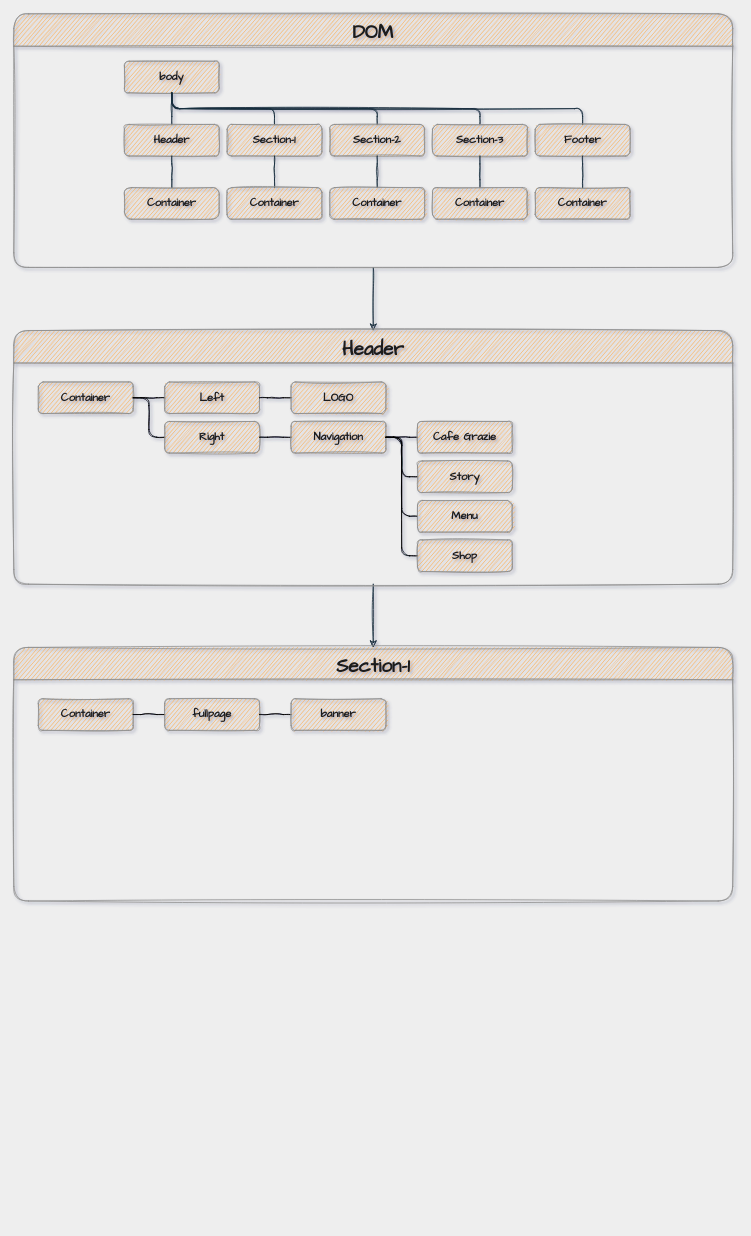
The draw.io diagram page "Index.html" (1 of 2) of drawio/dom.drawio in HyoJuns/Teamproject-academy-Grazie, before the edit. Source tidied: cells renumbered, new cells numbered last; positions are measured from the earlier drawing's top-left corner, leaving out a move shared by most shapes. Both pictures are drawn from the tidied source at 79%, with x=0, y=0 at pixel (13, 13).
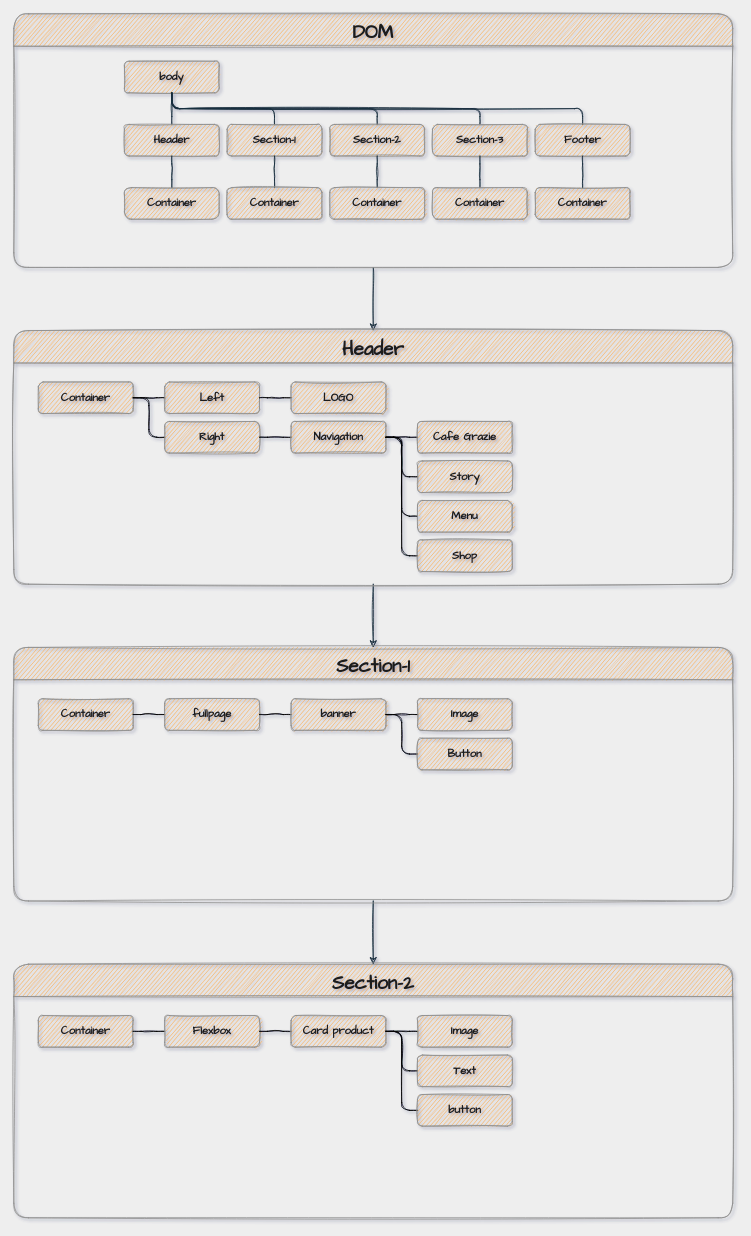
After the change.

Unchanged cells that the change refers to:
```xml
<mxCell id="44" value="Section-1" style="swimlane;startSize=41;horizontal=1;containerType=tree;rounded=1;sketch=1;fillColor=#F5AB50;strokeColor=#909090;fontColor=#1A1A1A;fontFamily=Comic Sans MS;fontSize=24;spacing=0;" parent="1" vertex="1">
  <mxGeometry y="802" width="910" height="321" as="geometry" />
</mxCell>
<mxCell id="49" value="banner" style="whiteSpace=wrap;html=1;newEdgeStyle={&quot;edgeStyle&quot;:&quot;elbowEdgeStyle&quot;,&quot;startArrow&quot;:&quot;none&quot;,&quot;endArrow&quot;:&quot;none&quot;};rounded=1;sketch=1;fillColor=#F5AB50;strokeColor=#909090;fontColor=#1A1A1A;fontFamily=Comic Sans MS;fontSize=14;fontStyle=1;" parent="44" vertex="1">
  <mxGeometry x="351" y="65" width="120" height="40" as="geometry" />
</mxCell>
```

Change to the diagram source:
```diff
@@
+    <mxCell id="50" style="edgeStyle=orthogonalEdgeStyle;curved=0;rounded=1;sketch=1;jettySize=auto;html=1;fontFamily=Comic Sans MS;fontSize=14;fontColor=#1A1A1A;strokeColor=#182E3E;" parent="1" edge="1" source="44" target="55">
+      <mxGeometry relative="1" as="geometry" />
+    </mxCell>
@@
+    <mxCell id="51" style="edgeStyle=elbowEdgeStyle;curved=0;rounded=1;sketch=1;jettySize=auto;html=1;elbow=horizontal;startArrow=none;endArrow=none;" parent="44" edge="1" source="49" target="52">
+      <mxGeometry relative="1" as="geometry" />
+    </mxCell>
+    <mxCell id="52" value="Image" style="whiteSpace=wrap;html=1;newEdgeStyle={&quot;edgeStyle&quot;:&quot;elbowEdgeStyle&quot;,&quot;startArrow&quot;:&quot;none&quot;,&quot;endArrow&quot;:&quot;none&quot;};rounded=1;sketch=1;fillColor=#F5AB50;strokeColor=#909090;fontColor=#1A1A1A;fontFamily=Comic Sans MS;fontSize=14;fontStyle=1;" parent="44" vertex="1">
+      <mxGeometry x="511" y="65" width="120" height="40" as="geometry" />
+    </mxCell>
+    <mxCell id="53" style="edgeStyle=elbowEdgeStyle;curved=0;rounded=1;sketch=1;jettySize=auto;html=1;elbow=horizontal;startArrow=none;endArrow=none;" parent="44" edge="1" source="49" target="54">
+      <mxGeometry relative="1" as="geometry" />
+    </mxCell>
+    <mxCell id="54" value="Button" style="whiteSpace=wrap;html=1;newEdgeStyle={&quot;edgeStyle&quot;:&quot;elbowEdgeStyle&quot;,&quot;startArrow&quot;:&quot;none&quot;,&quot;endArrow&quot;:&quot;none&quot;};rounded=1;sketch=1;fillColor=#F5AB50;strokeColor=#909090;fontColor=#1A1A1A;fontFamily=Comic Sans MS;fontSize=14;fontStyle=1;" parent="44" vertex="1">
+      <mxGeometry x="511" y="115" width="120" height="40" as="geometry" />
+    </mxCell>
+    <mxCell id="55" value="Section-2" style="swimlane;startSize=41;horizontal=1;containerType=tree;rounded=1;sketch=1;fillColor=#F5AB50;strokeColor=#909090;fontColor=#1A1A1A;fontFamily=Comic Sans MS;fontSize=24;spacing=0;" parent="1" vertex="1">
+      <mxGeometry y="1203" width="910" height="321" as="geometry" />
+    </mxCell>
+    <mxCell id="56" value="Container" style="whiteSpace=wrap;html=1;newEdgeStyle={&quot;edgeStyle&quot;:&quot;elbowEdgeStyle&quot;,&quot;startArrow&quot;:&quot;none&quot;,&quot;endArrow&quot;:&quot;none&quot;};rounded=1;sketch=1;fillColor=#F5AB50;strokeColor=#909090;fontColor=#1A1A1A;fontFamily=Comic Sans MS;fontSize=14;fontStyle=1;" parent="55" vertex="1">
+      <mxGeometry x="31" y="65" width="120" height="40" as="geometry" />
+    </mxCell>
+    <mxCell id="57" style="edgeStyle=elbowEdgeStyle;curved=0;rounded=1;sketch=1;jettySize=auto;html=1;elbow=horizontal;startArrow=none;endArrow=none;" parent="55" edge="1" source="56" target="58">
+      <mxGeometry relative="1" as="geometry" />
+    </mxCell>
+    <mxCell id="58" value="Flexbox" style="whiteSpace=wrap;html=1;newEdgeStyle={&quot;edgeStyle&quot;:&quot;elbowEdgeStyle&quot;,&quot;startArrow&quot;:&quot;none&quot;,&quot;endArrow&quot;:&quot;none&quot;};rounded=1;sketch=1;fillColor=#F5AB50;strokeColor=#909090;fontColor=#1A1A1A;fontFamily=Comic Sans MS;fontSize=14;fontStyle=1;" parent="55" vertex="1">
+      <mxGeometry x="191" y="65" width="120" height="40" as="geometry" />
+    </mxCell>
+    <mxCell id="59" style="edgeStyle=elbowEdgeStyle;curved=0;rounded=1;sketch=1;jettySize=auto;html=1;elbow=horizontal;startArrow=none;endArrow=none;" parent="55" edge="1" source="58" target="60">
+      <mxGeometry relative="1" as="geometry" />
+    </mxCell>
+    <mxCell id="60" value="Card product" style="whiteSpace=wrap;html=1;newEdgeStyle={&quot;edgeStyle&quot;:&quot;elbowEdgeStyle&quot;,&quot;startArrow&quot;:&quot;none&quot;,&quot;endArrow&quot;:&quot;none&quot;};rounded=1;sketch=1;fillColor=#F5AB50;strokeColor=#909090;fontColor=#1A1A1A;fontFamily=Comic Sans MS;fontSize=14;fontStyle=1;" parent="55" vertex="1">
+      <mxGeometry x="351" y="65" width="120" height="40" as="geometry" />
+    </mxCell>
+    <mxCell id="61" style="edgeStyle=elbowEdgeStyle;curved=0;rounded=1;sketch=1;jettySize=auto;html=1;elbow=horizontal;startArrow=none;endArrow=none;" parent="55" edge="1" source="60" target="62">
+      <mxGeometry relative="1" as="geometry" />
+    </mxCell>
+    <mxCell id="62" value="Image" style="whiteSpace=wrap;html=1;newEdgeStyle={&quot;edgeStyle&quot;:&quot;elbowEdgeStyle&quot;,&quot;startArrow&quot;:&quot;none&quot;,&quot;endArrow&quot;:&quot;none&quot;};rounded=1;sketch=1;fillColor=#F5AB50;strokeColor=#909090;fontColor=#1A1A1A;fontFamily=Comic Sans MS;fontSize=14;fontStyle=1;" parent="55" vertex="1">
+      <mxGeometry x="511" y="65" width="120" height="40" as="geometry" />
+    </mxCell>
+    <mxCell id="63" style="edgeStyle=elbowEdgeStyle;curved=0;rounded=1;sketch=1;jettySize=auto;html=1;elbow=horizontal;startArrow=none;endArrow=none;" parent="55" edge="1" source="60" target="64">
+      <mxGeometry relative="1" as="geometry" />
+    </mxCell>
+    <mxCell id="64" value="Text" style="whiteSpace=wrap;html=1;newEdgeStyle={&quot;edgeStyle&quot;:&quot;elbowEdgeStyle&quot;,&quot;startArrow&quot;:&quot;none&quot;,&quot;endArrow&quot;:&quot;none&quot;};rounded=1;sketch=1;fillColor=#F5AB50;strokeColor=#909090;fontColor=#1A1A1A;fontFamily=Comic Sans MS;fontSize=14;fontStyle=1;" parent="55" vertex="1">
+      <mxGeometry x="511" y="115" width="120" height="40" as="geometry" />
+    </mxCell>
+    <mxCell id="65" style="edgeStyle=elbowEdgeStyle;curved=0;rounded=1;sketch=1;jettySize=auto;html=1;elbow=horizontal;startArrow=none;endArrow=none;" parent="55" edge="1" source="60" target="66">
+      <mxGeometry relative="1" as="geometry" />
+    </mxCell>
+    <mxCell id="66" value="button" style="whiteSpace=wrap;html=1;newEdgeStyle={&quot;edgeStyle&quot;:&quot;elbowEdgeStyle&quot;,&quot;startArrow&quot;:&quot;none&quot;,&quot;endArrow&quot;:&quot;none&quot;};rounded=1;sketch=1;fillColor=#F5AB50;strokeColor=#909090;fontColor=#1A1A1A;fontFamily=Comic Sans MS;fontSize=14;fontStyle=1;" parent="55" vertex="1">
+      <mxGeometry x="511" y="165" width="120" height="40" as="geometry" />
+    </mxCell>
```
